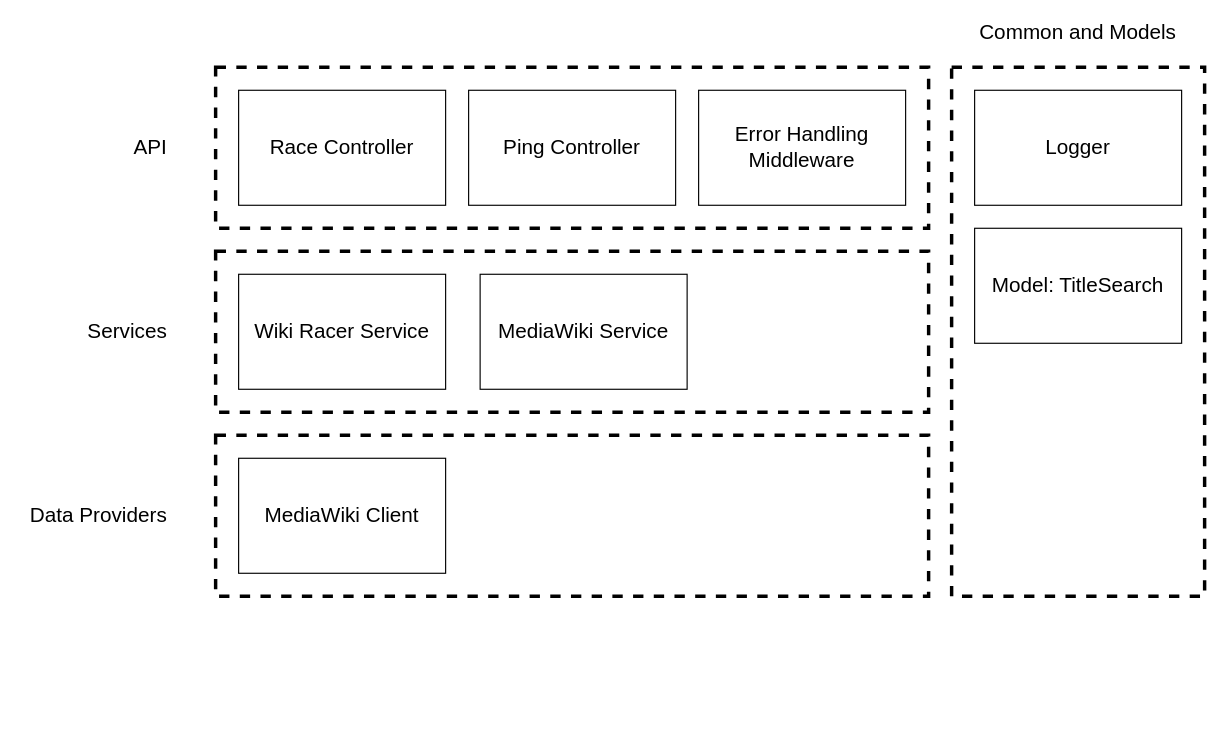
The draw.io diagram page "App Layers" (2 of 7) of docs/wikiracer8000_architecture.drawio in captainrex8/wikiracer8000, before the edit. Source tidied: cells renumbered, new cells numbered last; positions are measured from the earlier drawing's top-left corner, leaving out a move shared by most shapes. Both pictures are drawn from the tidied source at 115%, with x=0, y=0 at pixel (20, 21).
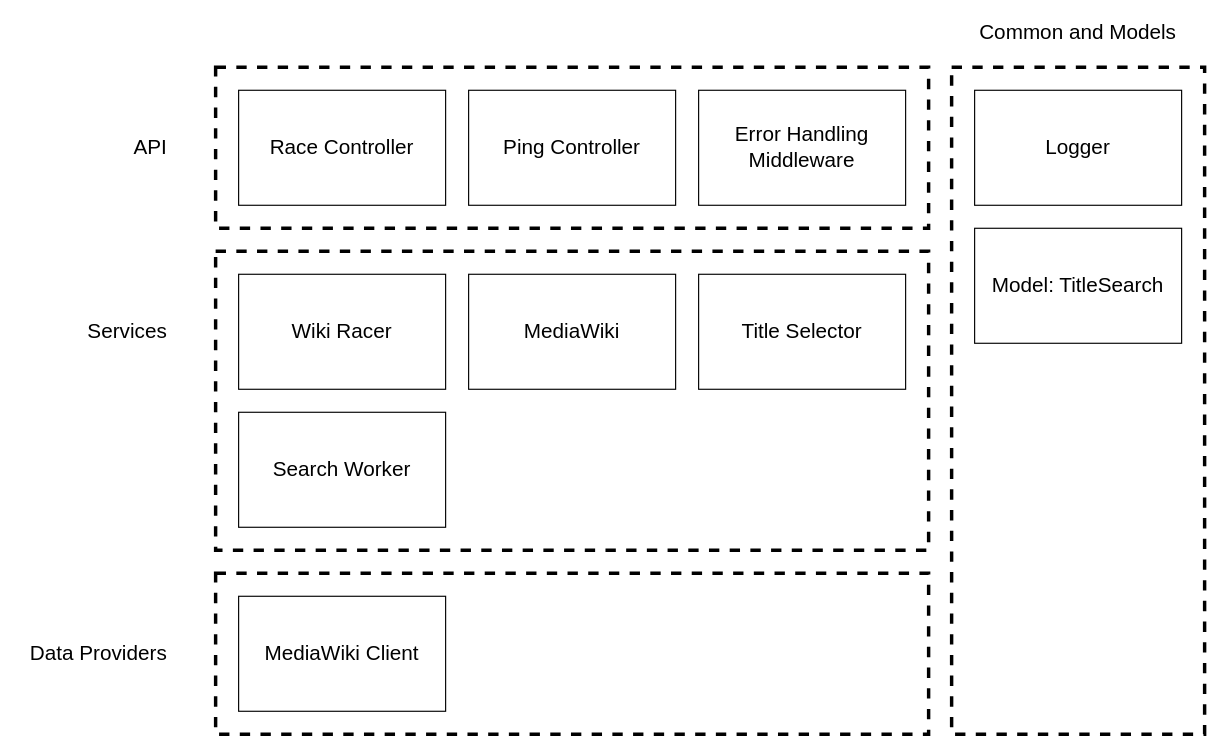
Above is the later version.

The edit, as a diff of the source:
```diff
@@
 <mxGraphModel>
   <root>
     <mxCell id="0" />
     <mxCell id="1" parent="0" />
     <mxCell id="2" style="rounded=0;whiteSpace=wrap;html=1;fontSize=18;fillColor=none;dashed=1;strokeWidth=3;" parent="1" vertex="1">
       <mxGeometry x="170" y="40" width="620" height="140" as="geometry" />
     </mxCell>
     <mxCell id="3" value="Race Controller" style="rounded=0;whiteSpace=wrap;html=1;fontSize=18;" parent="1" vertex="1">
       <mxGeometry x="190" y="60" width="180" height="100" as="geometry" />
     </mxCell>
     <mxCell id="4" value="Ping Controller" style="rounded=0;whiteSpace=wrap;html=1;fontSize=18;" parent="1" vertex="1">
       <mxGeometry x="390" y="60" width="180" height="100" as="geometry" />
     </mxCell>
     <mxCell id="5" value="API" style="text;html=1;strokeColor=none;fillColor=none;align=right;verticalAlign=middle;whiteSpace=wrap;rounded=0;fontSize=18;" parent="1" vertex="1">
       <mxGeometry x="20" y="100" width="110" height="20" as="geometry" />
     </mxCell>
     <mxCell id="6" style="rounded=0;whiteSpace=wrap;html=1;fontSize=18;fillColor=none;dashed=1;strokeWidth=3;" parent="1" vertex="1">
-      <mxGeometry x="170" y="200" width="620" height="140" as="geometry" />
+      <mxGeometry x="170" y="200" width="620" height="260" as="geometry" />
     </mxCell>
-    <mxCell id="7" value="Wiki Racer Service" style="rounded=0;whiteSpace=wrap;html=1;fontSize=18;" parent="1" vertex="1">
+    <mxCell id="7" value="Wiki Racer" style="rounded=0;whiteSpace=wrap;html=1;fontSize=18;" parent="1" vertex="1">
       <mxGeometry x="190" y="220" width="180" height="100" as="geometry" />
     </mxCell>
-    <mxCell id="8" value="MediaWiki Service" style="rounded=0;whiteSpace=wrap;html=1;fontSize=18;" parent="1" vertex="1">
-      <mxGeometry x="400" y="220" width="180" height="100" as="geometry" />
+    <mxCell id="8" value="MediaWiki" style="rounded=0;whiteSpace=wrap;html=1;fontSize=18;" parent="1" vertex="1">
+      <mxGeometry x="390" y="220" width="180" height="100" as="geometry" />
     </mxCell>
     <mxCell id="9" value="Services" style="text;html=1;strokeColor=none;fillColor=none;align=right;verticalAlign=middle;whiteSpace=wrap;rounded=0;fontSize=18;" parent="1" vertex="1">
       <mxGeometry x="10" y="260" width="120" height="20" as="geometry" />
     </mxCell>
     <mxCell id="10" style="rounded=0;whiteSpace=wrap;html=1;fontSize=18;fillColor=none;dashed=1;strokeWidth=3;" parent="1" vertex="1">
-      <mxGeometry x="170" y="360" width="620" height="140" as="geometry" />
+      <mxGeometry x="170" y="480" width="620" height="140" as="geometry" />
     </mxCell>
     <mxCell id="11" value="MediaWiki Client" style="rounded=0;whiteSpace=wrap;html=1;fontSize=18;" parent="1" vertex="1">
-      <mxGeometry x="190" y="380" width="180" height="100" as="geometry" />
+      <mxGeometry x="190" y="500" width="180" height="100" as="geometry" />
     </mxCell>
     <mxCell id="12" value="Data Providers" style="text;html=1;strokeColor=none;fillColor=none;align=right;verticalAlign=middle;whiteSpace=wrap;rounded=0;fontSize=18;" parent="1" vertex="1">
-      <mxGeometry y="420" width="130" height="20" as="geometry" />
+      <mxGeometry y="540" width="130" height="20" as="geometry" />
     </mxCell>
     <mxCell id="13" style="rounded=0;whiteSpace=wrap;html=1;fontSize=18;fillColor=none;dashed=1;strokeWidth=3;" parent="1" vertex="1">
-      <mxGeometry x="810" y="40" width="220" height="460" as="geometry" />
+      <mxGeometry x="810" y="40" width="220" height="580" as="geometry" />
     </mxCell>
     <mxCell id="14" value="Logger" style="rounded=0;whiteSpace=wrap;html=1;fontSize=18;" parent="1" vertex="1">
       <mxGeometry x="830" y="60" width="180" height="100" as="geometry" />
     </mxCell>
     <mxCell id="15" value="Error Handling&lt;br&gt;Middleware" style="rounded=0;whiteSpace=wrap;html=1;fontSize=18;" parent="1" vertex="1">
       <mxGeometry x="590" y="60" width="180" height="100" as="geometry" />
     </mxCell>
     <mxCell id="16" value="Common and Models" style="text;html=1;strokeColor=none;fillColor=none;align=center;verticalAlign=middle;whiteSpace=wrap;rounded=0;fontSize=18;" parent="1" vertex="1">
       <mxGeometry x="820" width="200" height="20" as="geometry" />
     </mxCell>
     <mxCell id="17" value="Model: TitleSearch" style="rounded=0;whiteSpace=wrap;html=1;fontSize=18;" parent="1" vertex="1">
       <mxGeometry x="830" y="180" width="180" height="100" as="geometry" />
     </mxCell>
+    <mxCell id="18" value="Title Selector" style="rounded=0;whiteSpace=wrap;html=1;fontSize=18;" parent="1" vertex="1">
+      <mxGeometry x="590" y="220" width="180" height="100" as="geometry" />
+    </mxCell>
+    <mxCell id="19" value="Search Worker" style="rounded=0;whiteSpace=wrap;html=1;fontSize=18;" parent="1" vertex="1">
+      <mxGeometry x="190" y="340" width="180" height="100" as="geometry" />
+    </mxCell>
   </root>
 </mxGraphModel>
```
